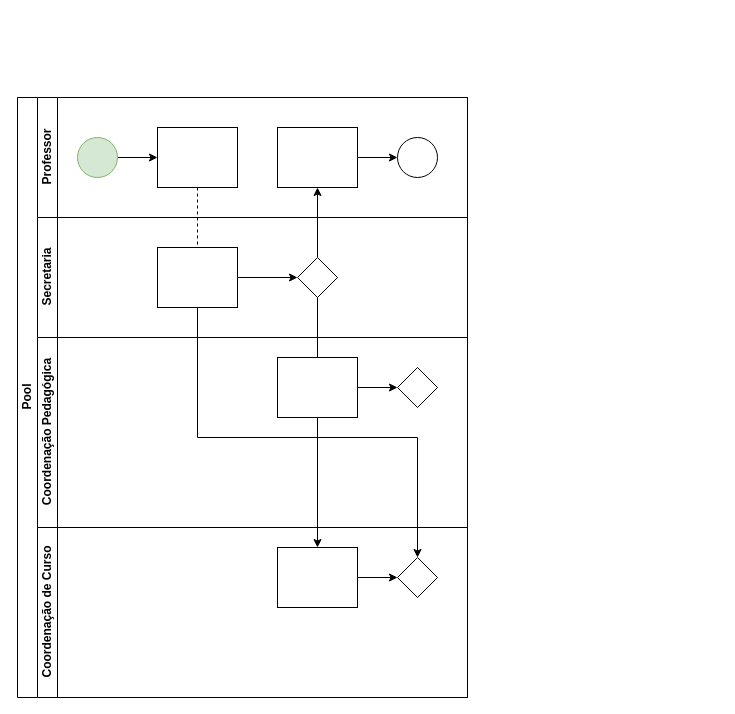
This is Diagrama sem nome.drawio from natashamilhomem/projetoGit, a draw.io file, before an edit. Source tidied: cells renumbered, new cells numbered last; positions are measured from the earlier drawing's top-left corner, leaving out a move shared by most shapes. Both pictures are drawn from the tidied source at 100%, with x=0, y=0 at pixel (17, 97).
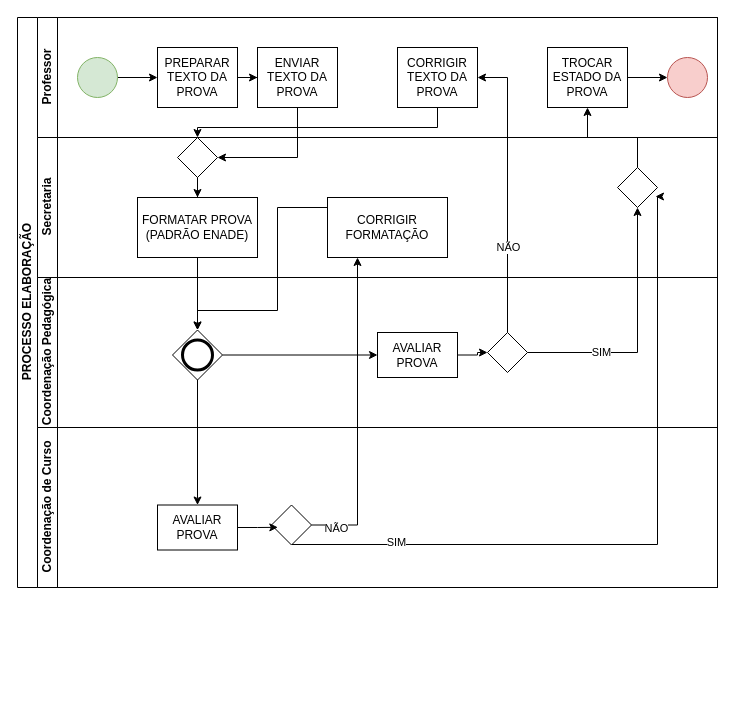
The same diagram, later.

Unchanged cells that the change refers to:
```xml
<mxCell id="9" style="ellipse;whiteSpace=wrap;html=1;fillColor=#d5e8d4;strokeColor=#82b366;" parent="7" vertex="1">
  <mxGeometry x="40" y="40" width="40" height="40" as="geometry" />
</mxCell>
```

What changed in the source:
```diff
@@
-    <mxCell id="2" value="Pool" style="swimlane;html=1;horizontal=0;startSize=20;" parent="1" vertex="1">
-      <mxGeometry width="450" height="600" as="geometry" />
-    </mxCell>
-    <mxCell id="3" style="edgeStyle=orthogonalEdgeStyle;rounded=0;jettySize=auto;html=1;dashed=1;endArrow=none;endFill=0;" parent="2" edge="1" source="10" target="16">
-      <mxGeometry relative="1" as="geometry" />
-    </mxCell>
-    <mxCell id="4" style="edgeStyle=orthogonalEdgeStyle;rounded=0;jettySize=auto;html=1;endArrow=classic;endFill=1;" parent="2" edge="1" source="17" target="12">
-      <mxGeometry relative="1" as="geometry" />
-    </mxCell>
-    <mxCell id="5" style="edgeStyle=orthogonalEdgeStyle;rounded=0;jettySize=auto;html=1;endArrow=classic;endFill=1;" parent="2" edge="1" source="17" target="24">
-      <mxGeometry relative="1" as="geometry" />
-    </mxCell>
-    <mxCell id="6" style="edgeStyle=orthogonalEdgeStyle;rounded=0;jettySize=auto;html=1;endArrow=classic;endFill=1;" parent="2" edge="1" source="16" target="25">
-      <mxGeometry relative="1" as="geometry">
-        <Array as="points">
-          <mxPoint x="180" y="340" />
-          <mxPoint x="400" y="340" />
-        </Array>
-      </mxGeometry>
-    </mxCell>
+    <mxCell id="26" value="PROCESSO ELABORAÇÃO" style="swimlane;html=1;horizontal=0;startSize=20;" parent="1" vertex="1">
+      <mxGeometry y="-80" width="700" height="570" as="geometry" />
+    </mxCell>
-    <mxCell id="7" value="Professor" style="swimlane;html=1;startSize=20;horizontal=0;" parent="2" vertex="1">
-      <mxGeometry x="20" width="430" height="120" as="geometry" />
+    <mxCell id="7" value="Professor" style="swimlane;html=1;startSize=20;horizontal=0;" parent="26" vertex="1">
+      <mxGeometry x="20" width="680" height="120" as="geometry" />
     </mxCell>
-    <mxCell id="8" style="edgeStyle=orthogonalEdgeStyle;rounded=0;jettySize=auto;html=1;" parent="7" edge="1" source="9" target="10">
-      <mxGeometry relative="1" as="geometry" />
-    </mxCell>
+    <mxCell id="27" style="edgeStyle=orthogonalEdgeStyle;rounded=0;jettySize=auto;html=1;" parent="7" edge="1" source="9" target="29">
+      <mxGeometry relative="1" as="geometry" />
+    </mxCell>
@@
-    <mxCell id="10" style="rounded=0;whiteSpace=wrap;html=1;fontFamily=Helvetica;fontSize=12;fontColor=#000000;align=center;" parent="7" vertex="1">
-      <mxGeometry x="120" y="30" width="80" height="60" as="geometry" />
-    </mxCell>
-    <mxCell id="11" style="edgeStyle=orthogonalEdgeStyle;rounded=0;jettySize=auto;html=1;endArrow=classic;endFill=1;" parent="7" edge="1" source="12" target="13">
-      <mxGeometry relative="1" as="geometry" />
-    </mxCell>
-    <mxCell id="12" style="rounded=0;whiteSpace=wrap;html=1;fontFamily=Helvetica;fontSize=12;fontColor=#000000;align=center;" parent="7" vertex="1">
-      <mxGeometry x="240" y="30" width="80" height="60" as="geometry" />
-    </mxCell>
-    <mxCell id="13" style="ellipse;whiteSpace=wrap;html=1;" parent="7" vertex="1">
-      <mxGeometry x="360" y="40" width="40" height="40" as="geometry" />
-    </mxCell>
+    <mxCell id="28" style="edgeStyle=orthogonalEdgeStyle;rounded=0;jettySize=auto;html=1;" parent="7" edge="1" source="29" target="34">
+      <mxGeometry relative="1" as="geometry" />
+    </mxCell>
+    <mxCell id="29" value="PREPARAR TEXTO DA PROVA" style="rounded=0;whiteSpace=wrap;html=1;fontFamily=Helvetica;fontSize=12;fontColor=#000000;align=center;" parent="7" vertex="1">
+      <mxGeometry x="120" y="30" width="80" height="60" as="geometry" />
+    </mxCell>
+    <mxCell id="30" style="ellipse;whiteSpace=wrap;html=1;fillColor=#f8cecc;strokeColor=#b85450;" parent="7" vertex="1">
+      <mxGeometry x="630" y="40" width="40" height="40" as="geometry" />
+    </mxCell>
+    <mxCell id="31" style="edgeStyle=orthogonalEdgeStyle;rounded=0;jettySize=auto;html=1;" parent="7" edge="1" source="32" target="30">
+      <mxGeometry relative="1" as="geometry" />
+    </mxCell>
+    <mxCell id="32" value="TROCAR ESTADO DA PROVA" style="rounded=0;whiteSpace=wrap;html=1;fontFamily=Helvetica;fontSize=12;fontColor=#000000;align=center;" parent="7" vertex="1">
+      <mxGeometry x="510" y="30" width="80" height="60" as="geometry" />
+    </mxCell>
+    <mxCell id="33" value="CORRIGIR TEXTO DA PROVA" style="rounded=0;whiteSpace=wrap;html=1;fontFamily=Helvetica;fontSize=12;fontColor=#000000;align=center;" parent="7" vertex="1">
+      <mxGeometry x="360" y="30" width="80" height="60" as="geometry" />
+    </mxCell>
+    <mxCell id="34" value="ENVIAR TEXTO DA PROVA" style="rounded=0;whiteSpace=wrap;html=1;fontFamily=Helvetica;fontSize=12;fontColor=#000000;align=center;" parent="7" vertex="1">
+      <mxGeometry x="220" y="30" width="80" height="60" as="geometry" />
+    </mxCell>
-    <mxCell id="14" value="Secretaria" style="swimlane;html=1;startSize=20;horizontal=0;" parent="2" vertex="1">
-      <mxGeometry x="20" y="120" width="430" height="120" as="geometry" />
+    <mxCell id="14" value="Secretaria" style="swimlane;html=1;startSize=20;horizontal=0;" parent="26" vertex="1">
+      <mxGeometry x="20" y="120" width="680" height="140" as="geometry" />
     </mxCell>
-    <mxCell id="15" style="edgeStyle=orthogonalEdgeStyle;rounded=0;jettySize=auto;html=1;endArrow=classic;endFill=1;" parent="14" edge="1" source="16" target="17">
-      <mxGeometry relative="1" as="geometry" />
-    </mxCell>
-    <mxCell id="16" style="rounded=0;whiteSpace=wrap;html=1;fontFamily=Helvetica;fontSize=12;fontColor=#000000;align=center;" parent="14" vertex="1">
-      <mxGeometry x="120" y="30" width="80" height="60" as="geometry" />
-    </mxCell>
-    <mxCell id="17" style="rhombus;whiteSpace=wrap;html=1;fontFamily=Helvetica;fontSize=12;fontColor=#000000;align=center;" parent="14" vertex="1">
-      <mxGeometry x="260" y="40" width="40" height="40" as="geometry" />
-    </mxCell>
+    <mxCell id="35" value="FORMATAR PROVA (PADRÃO ENADE)" style="rounded=0;whiteSpace=wrap;html=1;fontFamily=Helvetica;fontSize=12;fontColor=#000000;align=center;" parent="14" vertex="1">
+      <mxGeometry x="100" y="60" width="120" height="60" as="geometry" />
+    </mxCell>
+    <mxCell id="36" style="rhombus;whiteSpace=wrap;html=1;fontFamily=Helvetica;fontSize=12;fontColor=#000000;align=center;" parent="14" vertex="1">
+      <mxGeometry x="580" y="30" width="40" height="40" as="geometry" />
+    </mxCell>
+    <mxCell id="37" value="CORRIGIR FORMATAÇÃO" style="rounded=0;whiteSpace=wrap;html=1;fontFamily=Helvetica;fontSize=12;fontColor=#000000;align=center;" parent="14" vertex="1">
+      <mxGeometry x="290" y="60" width="120" height="60" as="geometry" />
+    </mxCell>
+    <mxCell id="38" style="edgeStyle=orthogonalEdgeStyle;rounded=0;jettySize=auto;html=1;" parent="14" edge="1" source="39" target="35">
+      <mxGeometry relative="1" as="geometry" />
+    </mxCell>
+    <mxCell id="39" style="rhombus;whiteSpace=wrap;html=1;fontFamily=Helvetica;fontSize=12;fontColor=#000000;align=center;" parent="14" vertex="1">
+      <mxGeometry x="140" width="40" height="40" as="geometry" />
+    </mxCell>
-    <mxCell id="18" value="Coordenação Pedagógica" style="swimlane;html=1;startSize=20;horizontal=0;" parent="2" vertex="1">
-      <mxGeometry x="20" y="240" width="430" height="190" as="geometry" />
+    <mxCell id="18" value="Coordenação Pedagógica" style="swimlane;html=1;startSize=20;horizontal=0;" parent="26" vertex="1">
+      <mxGeometry x="20" y="260" width="680" height="150" as="geometry" />
     </mxCell>
-    <mxCell id="19" style="edgeStyle=orthogonalEdgeStyle;rounded=0;jettySize=auto;html=1;endArrow=classic;endFill=1;" parent="18" edge="1" source="20" target="21">
-      <mxGeometry relative="1" as="geometry" />
-    </mxCell>
-    <mxCell id="20" style="rounded=0;whiteSpace=wrap;html=1;fontFamily=Helvetica;fontSize=12;fontColor=#000000;align=center;" parent="18" vertex="1">
-      <mxGeometry x="240" y="20" width="80" height="60" as="geometry" />
-    </mxCell>
-    <mxCell id="21" style="rhombus;whiteSpace=wrap;html=1;fontFamily=Helvetica;fontSize=12;fontColor=#000000;align=center;" parent="18" vertex="1">
-      <mxGeometry x="360" y="30" width="40" height="40" as="geometry" />
-    </mxCell>
+    <mxCell id="40" style="edgeStyle=orthogonalEdgeStyle;rounded=0;jettySize=auto;html=1;" parent="18" edge="1" source="41" target="43">
+      <mxGeometry relative="1" as="geometry" />
+    </mxCell>
+    <mxCell id="41" style="points=[[0.25,0.25,0],[0.5,0,0],[0.75,0.25,0],[1,0.5,0],[0.75,0.75,0],[0.5,1,0],[0.25,0.75,0],[0,0.5,0]];shape=mxgraph.bpmn.gateway2;html=1;verticalLabelPosition=bottom;labelBackgroundColor=#ffffff;verticalAlign=top;align=center;perimeter=rhombusPerimeter;outlineConnect=0;outline=end;symbol=general;" parent="18" vertex="1">
+      <mxGeometry x="135" y="52.5" width="50" height="50" as="geometry" />
+    </mxCell>
+    <mxCell id="42" style="edgeStyle=orthogonalEdgeStyle;rounded=0;jettySize=auto;html=1;entryX=0;entryY=0.5;entryDx=0;entryDy=0;" parent="18" edge="1" source="43" target="25">
+      <mxGeometry relative="1" as="geometry" />
+    </mxCell>
+    <mxCell id="25" style="rhombus;whiteSpace=wrap;html=1;fontFamily=Helvetica;fontSize=12;fontColor=#000000;align=center;" parent="18" vertex="1">
+      <mxGeometry x="450" y="55" width="40" height="40" as="geometry" />
+    </mxCell>
+    <mxCell id="43" value="AVALIAR PROVA" style="rounded=0;whiteSpace=wrap;html=1;" parent="18" vertex="1">
+      <mxGeometry x="340" y="55" width="80" height="45" as="geometry" />
+    </mxCell>
-    <mxCell id="22" value="Coordenação de&amp;nbsp;Curso" style="swimlane;html=1;startSize=20;horizontal=0;" parent="2" vertex="1">
-      <mxGeometry x="20" y="430" width="430" height="170" as="geometry" />
+    <mxCell id="22" value="Coordenação de&amp;nbsp;Curso" style="swimlane;html=1;startSize=20;horizontal=0;" parent="26" vertex="1">
+      <mxGeometry x="20" y="410" width="680" height="160" as="geometry" />
     </mxCell>
-    <mxCell id="23" style="edgeStyle=orthogonalEdgeStyle;rounded=0;jettySize=auto;html=1;endArrow=classic;endFill=1;" parent="22" edge="1" source="24" target="25">
-      <mxGeometry relative="1" as="geometry" />
-    </mxCell>
-    <mxCell id="24" style="rounded=0;whiteSpace=wrap;html=1;fontFamily=Helvetica;fontSize=12;fontColor=#000000;align=center;" parent="22" vertex="1">
-      <mxGeometry x="240" y="20" width="80" height="60" as="geometry" />
-    </mxCell>
-    <mxCell id="25" style="rhombus;whiteSpace=wrap;html=1;fontFamily=Helvetica;fontSize=12;fontColor=#000000;align=center;" parent="22" vertex="1">
-      <mxGeometry x="360" y="30" width="40" height="40" as="geometry" />
-    </mxCell>
+    <mxCell id="44" style="rhombus;whiteSpace=wrap;html=1;fontFamily=Helvetica;fontSize=12;fontColor=#000000;align=center;" parent="22" vertex="1">
+      <mxGeometry x="234" y="77.5" width="40" height="40" as="geometry" />
+    </mxCell>
+    <mxCell id="45" value="AVALIAR PROVA" style="rounded=0;whiteSpace=wrap;html=1;" parent="22" vertex="1">
+      <mxGeometry x="120" y="77.5" width="80" height="45" as="geometry" />
+    </mxCell>
+    <mxCell id="46" style="edgeStyle=orthogonalEdgeStyle;rounded=0;jettySize=auto;html=1;entryX=0.158;entryY=0.558;entryDx=0;entryDy=0;entryPerimeter=0;" parent="22" edge="1" source="45" target="44">
+      <mxGeometry relative="1" as="geometry" />
+    </mxCell>
+    <mxCell id="47" style="edgeStyle=orthogonalEdgeStyle;rounded=0;jettySize=auto;html=1;" parent="26" edge="1" source="35" target="41">
+      <mxGeometry relative="1" as="geometry" />
+    </mxCell>
+    <mxCell id="48" style="edgeStyle=orthogonalEdgeStyle;rounded=0;jettySize=auto;html=1;" parent="26" edge="1" source="41" target="45">
+      <mxGeometry relative="1" as="geometry" />
+    </mxCell>
+    <mxCell id="49" style="edgeStyle=orthogonalEdgeStyle;rounded=0;jettySize=auto;html=1;entryX=0.5;entryY=1;entryDx=0;entryDy=0;" parent="26" edge="1" source="25" target="36">
+      <mxGeometry relative="1" as="geometry" />
+    </mxCell>
+    <mxCell id="50" value="SIM" style="edgeLabel;html=1;align=center;verticalAlign=middle;" parent="49" vertex="1">
+      <mxGeometry x="-0.43" y="1" relative="1" as="geometry" />
+    </mxCell>
+    <mxCell id="51" style="edgeStyle=orthogonalEdgeStyle;rounded=0;jettySize=auto;html=1;entryX=0.95;entryY=0.725;entryDx=0;entryDy=0;entryPerimeter=0;" parent="26" edge="1" source="44" target="36">
+      <mxGeometry relative="1" as="geometry">
+        <Array as="points">
+          <mxPoint x="640" y="527" />
+          <mxPoint x="640" y="179" />
+        </Array>
+      </mxGeometry>
+    </mxCell>
+    <mxCell id="52" value="SIM" style="edgeLabel;html=1;align=center;verticalAlign=middle;" parent="51" vertex="1">
+      <mxGeometry x="-0.71" y="4" relative="1" as="geometry">
+        <mxPoint y="1" as="offset" />
+      </mxGeometry>
+    </mxCell>
+    <mxCell id="53" style="edgeStyle=orthogonalEdgeStyle;rounded=0;jettySize=auto;html=1;" parent="26" edge="1" source="36" target="32">
+      <mxGeometry relative="1" as="geometry" />
+    </mxCell>
+    <mxCell id="54" style="edgeStyle=orthogonalEdgeStyle;rounded=0;jettySize=auto;html=1;entryX=0.25;entryY=1;entryDx=0;entryDy=0;" parent="26" edge="1" source="44" target="37">
+      <mxGeometry relative="1" as="geometry" />
+    </mxCell>
+    <mxCell id="55" value="NÃO" style="edgeLabel;html=1;align=center;verticalAlign=middle;" parent="54" vertex="1">
+      <mxGeometry x="-0.85" y="-3" relative="1" as="geometry" />
+    </mxCell>
+    <mxCell id="56" style="edgeStyle=orthogonalEdgeStyle;rounded=0;jettySize=auto;html=1;entryX=0.5;entryY=0;entryDx=0;entryDy=0;entryPerimeter=0;" parent="26" edge="1" source="37" target="41">
+      <mxGeometry relative="1" as="geometry">
+        <Array as="points">
+          <mxPoint x="260" y="190" />
+          <mxPoint x="260" y="293" />
+        </Array>
+      </mxGeometry>
+    </mxCell>
+    <mxCell id="57" style="edgeStyle=orthogonalEdgeStyle;rounded=0;jettySize=auto;html=1;entryX=1;entryY=0.5;entryDx=0;entryDy=0;" parent="26" edge="1" source="25" target="33">
+      <mxGeometry relative="1" as="geometry">
+        <Array as="points">
+          <mxPoint x="490" y="60" />
+        </Array>
+      </mxGeometry>
+    </mxCell>
+    <mxCell id="58" value="NÃO" style="edgeLabel;html=1;align=center;verticalAlign=middle;" parent="57" vertex="1">
+      <mxGeometry x="-0.4" relative="1" as="geometry" />
+    </mxCell>
+    <mxCell id="59" style="edgeStyle=orthogonalEdgeStyle;rounded=0;jettySize=auto;html=1;" parent="26" edge="1" source="33" target="39">
+      <mxGeometry relative="1" as="geometry">
+        <Array as="points">
+          <mxPoint x="420" y="110" />
+          <mxPoint x="180" y="110" />
+        </Array>
+      </mxGeometry>
+    </mxCell>
+    <mxCell id="60" style="edgeStyle=orthogonalEdgeStyle;rounded=0;jettySize=auto;html=1;entryX=1;entryY=0.5;entryDx=0;entryDy=0;" parent="26" edge="1" source="34" target="39">
+      <mxGeometry relative="1" as="geometry">
+        <Array as="points">
+          <mxPoint x="280" y="140" />
+        </Array>
+      </mxGeometry>
+    </mxCell>
```
